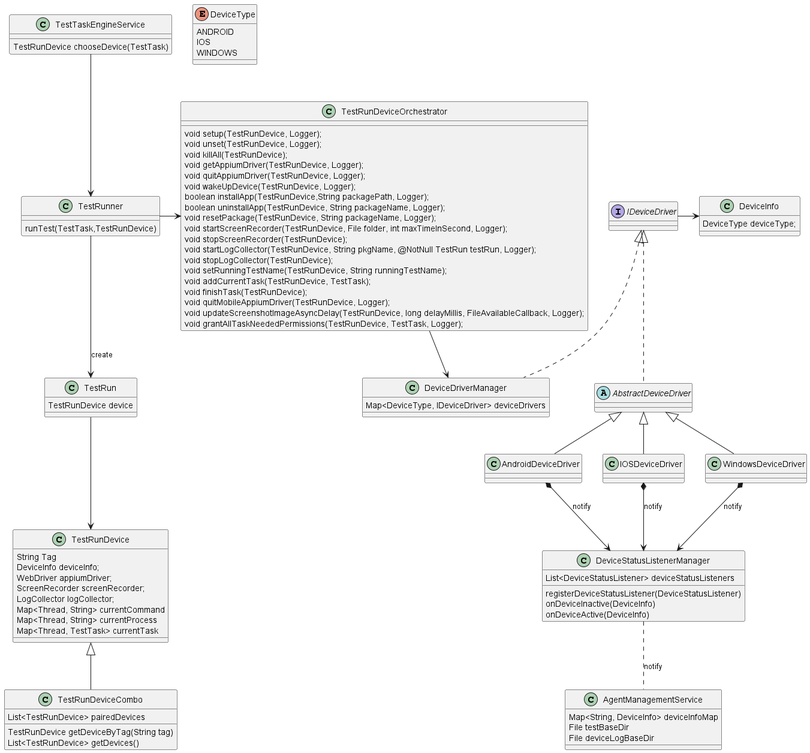
Before: docs/images/UML/agent_device_management_design.png, a diagram exported from PlantUML (microsoft/HydraLab).
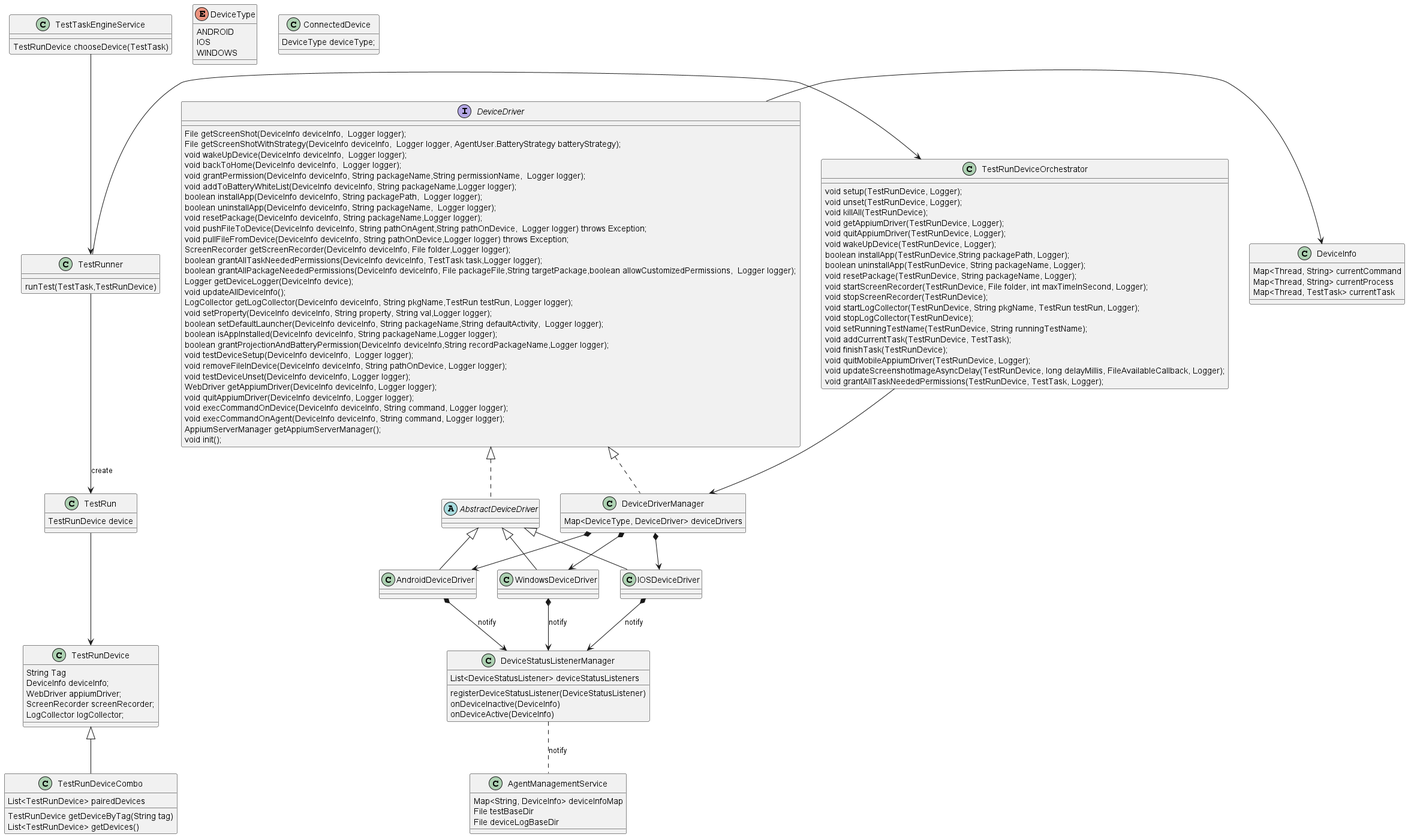
The same diagram one commit later.

Change to the diagram source:
```diff
@@ -5,7 +5,7 @@
     WINDOWS
 }
 
-class DeviceInfo{
+class ConnectedDevice{
     DeviceType deviceType;
 }
 
@@ -25,7 +25,11 @@
 }
 
 
-class DeviceInfo
+class DeviceInfo{
+    Map<Thread, String> currentCommand
+    Map<Thread, String> currentProcess
+    Map<Thread, TestTask> currentTask
+}
 
 class TestRunDeviceOrchestrator{
     void setup(TestRunDevice, Logger);
@@ -39,7 +43,7 @@
     void resetPackage(TestRunDevice, String packageName, Logger);
     void startScreenRecorder(TestRunDevice, File folder, int maxTimeInSecond, Logger);
     void stopScreenRecorder(TestRunDevice);
-    void startLogCollector(TestRunDevice, String pkgName, @NotNull TestRun testRun, Logger);
+    void startLogCollector(TestRunDevice, String pkgName, TestRun testRun, Logger);
     void stopLogCollector(TestRunDevice);
     void setRunningTestName(TestRunDevice, String runningTestName);
     void addCurrentTask(TestRunDevice, TestTask);
@@ -56,9 +60,6 @@
     WebDriver appiumDriver;
     ScreenRecorder screenRecorder;
     LogCollector logCollector;
-    Map<Thread, String> currentCommand
-    Map<Thread, String> currentProcess
-    Map<Thread, TestTask> currentTask
 }
 
 class TestRunDeviceCombo extends TestRunDevice{
@@ -73,11 +74,42 @@
     runTest(TestTask,TestRunDevice)
 }
 
-interface IDeviceDriver
-class DeviceDriverManager implements IDeviceDriver{
-    Map<DeviceType, IDeviceDriver> deviceDrivers
+interface DeviceDriver{
+      File getScreenShot(DeviceInfo deviceInfo,  Logger logger);
+      File getScreenShotWithStrategy(DeviceInfo deviceInfo,  Logger logger, AgentUser.BatteryStrategy batteryStrategy);
+      void wakeUpDevice(DeviceInfo deviceInfo,  Logger logger);
+      void backToHome(DeviceInfo deviceInfo,  Logger logger);
+      void grantPermission(DeviceInfo deviceInfo, String packageName,String permissionName,  Logger logger);
+      void addToBatteryWhiteList(DeviceInfo deviceInfo, String packageName,Logger logger);
+      boolean installApp(DeviceInfo deviceInfo, String packagePath,  Logger logger);
+      boolean uninstallApp(DeviceInfo deviceInfo, String packageName,  Logger logger);
+      void resetPackage(DeviceInfo deviceInfo, String packageName,Logger logger);
+      void pushFileToDevice(DeviceInfo deviceInfo, String pathOnAgent,String pathOnDevice,  Logger logger) throws Exception;
+      void pullFileFromDevice(DeviceInfo deviceInfo, String pathOnDevice,Logger logger) throws Exception;
+      ScreenRecorder getScreenRecorder(DeviceInfo deviceInfo, File folder,Logger logger);
+      boolean grantAllTaskNeededPermissions(DeviceInfo deviceInfo, TestTask task,Logger logger);
+      boolean grantAllPackageNeededPermissions(DeviceInfo deviceInfo, File packageFile,String targetPackage,boolean allowCustomizedPermissions,  Logger logger);
+      Logger getDeviceLogger(DeviceInfo device);
+      void updateAllDeviceInfo();
+      LogCollector getLogCollector(DeviceInfo deviceInfo, String pkgName,TestRun testRun, Logger logger);
+      void setProperty(DeviceInfo deviceInfo, String property, String val,Logger logger);
+      boolean setDefaultLauncher(DeviceInfo deviceInfo, String packageName,String defaultActivity,  Logger logger);
+      boolean isAppInstalled(DeviceInfo deviceInfo, String packageName,Logger logger);
+      boolean grantProjectionAndBatteryPermission(DeviceInfo deviceInfo,String recordPackageName,Logger logger);
+      void testDeviceSetup(DeviceInfo deviceInfo,  Logger logger);
+      void removeFileInDevice(DeviceInfo deviceInfo, String pathOnDevice, Logger logger);
+      void testDeviceUnset(DeviceInfo deviceInfo, Logger logger);
+      WebDriver getAppiumDriver(DeviceInfo deviceInfo, Logger logger);
+      void quitAppiumDriver(DeviceInfo deviceInfo, Logger logger);
+      void execCommandOnDevice(DeviceInfo deviceInfo, String command, Logger logger);
+      void execCommandOnAgent(DeviceInfo deviceInfo, String command, Logger logger);
+      AppiumServerManager getAppiumServerManager();
+      void init();
 }
-abstract class AbstractDeviceDriver implements IDeviceDriver
+class DeviceDriverManager implements DeviceDriver{
+    Map<DeviceType, DeviceDriver> deviceDrivers
+}
+abstract class AbstractDeviceDriver implements DeviceDriver
 class AndroidDeviceDriver extends AbstractDeviceDriver
 class IOSDeviceDriver   extends AbstractDeviceDriver
 class WindowsDeviceDriver extends AbstractDeviceDriver
@@ -90,7 +122,10 @@
 
 TestTaskEngineService --> TestRunner
 
-IDeviceDriver -> DeviceInfo
+DeviceDriver -> DeviceInfo
+DeviceDriverManager *--> AndroidDeviceDriver
+DeviceDriverManager *--> IOSDeviceDriver
+DeviceDriverManager *--> WindowsDeviceDriver
 AndroidDeviceDriver *--> DeviceStatusListenerManager : notify
 IOSDeviceDriver *--> DeviceStatusListenerManager : notify
 WindowsDeviceDriver *--> DeviceStatusListenerManager : notify
```
